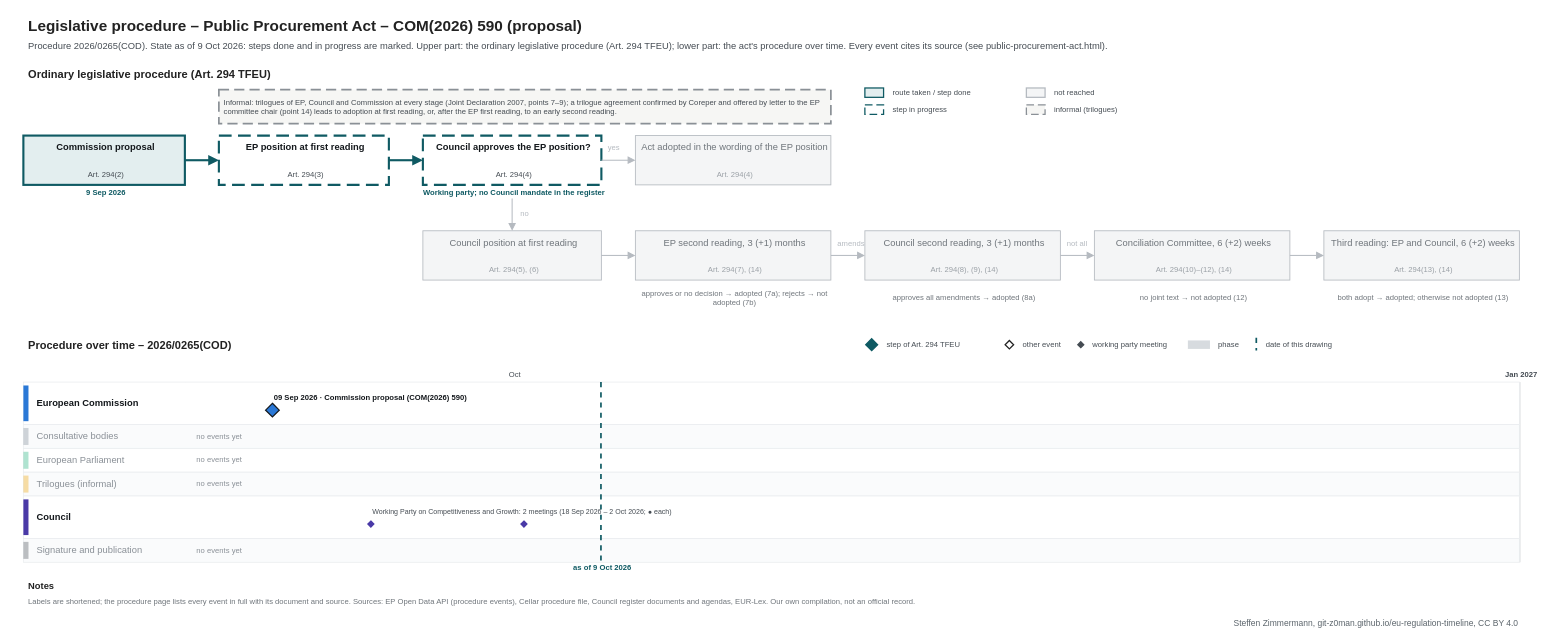
Before: procedures/public-procurement-act.drawio in git-z0man/eu-regulation-timeline, a draw.io diagram. Source tidied: cells renumbered, new cells numbered last; positions are measured from the earlier drawing's top-left corner, leaving out a move shared by most shapes. Both pictures are drawn from the tidied source at 85%, with x=0, y=0 at pixel (14, 14).
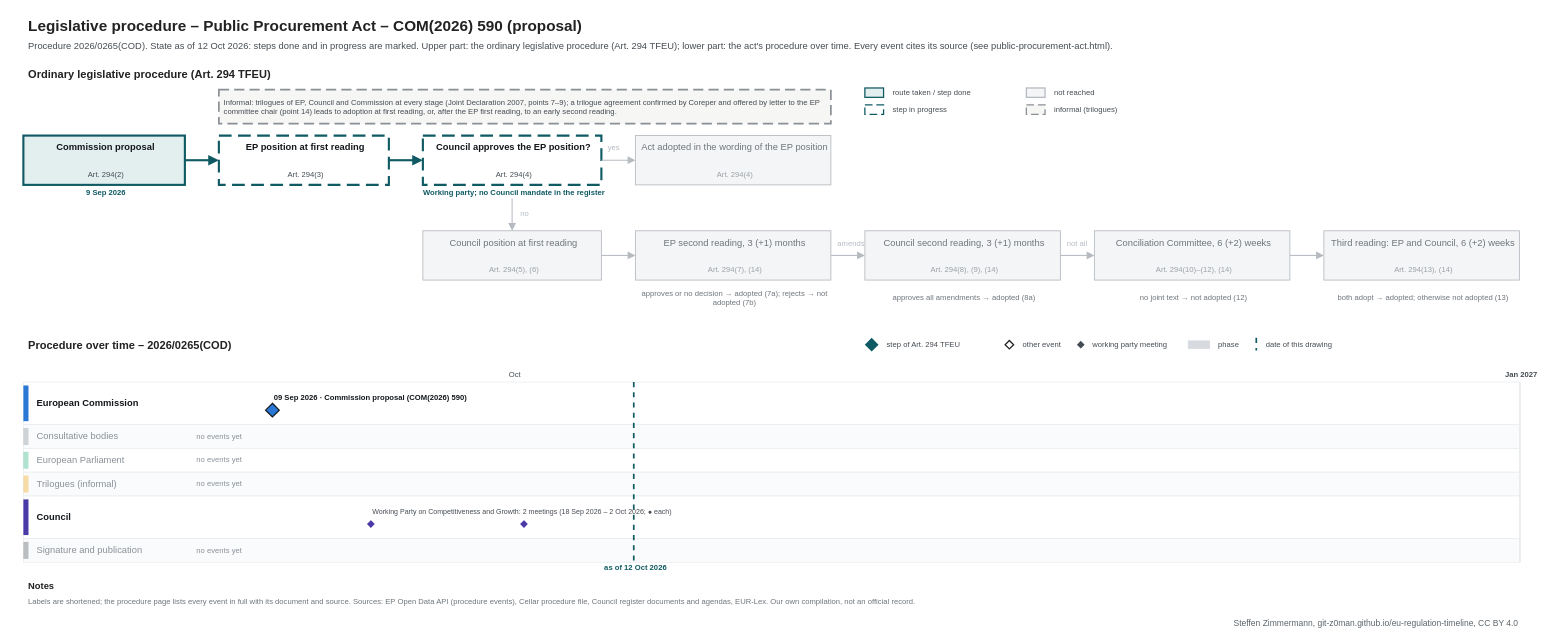
The same page after the edit.

The edit, as a diff of the source:
```diff
@@
-    <mxCell id="3" value="Procedure 2026/0265(COD). State as of 9 Oct 2026: steps done and in progress are marked. Upper part: the ordinary legislative procedure (Art. 294 TFEU); lower part: the act's procedure over time. Every event cites its source (see public-procurement-act.html)." style="text;html=1;fontSize=11;fontColor=#454c53;align=left;verticalAlign=middle;spacingLeft=4;" parent="1" vertex="1">
+    <mxCell id="3" value="Procedure 2026/0265(COD). State as of 12 Oct 2026: steps done and in progress are marked. Upper part: the ordinary legislative procedure (Art. 294 TFEU); lower part: the act's procedure over time. Every event cites its source (see public-procurement-act.html)." style="text;html=1;fontSize=11;fontColor=#454c53;align=left;verticalAlign=middle;spacingLeft=4;" parent="1" vertex="1">
       <mxGeometry x="10" y="28" width="1700" height="18" as="geometry" />
     </mxCell>
@@
     <mxCell id="100" style="line;html=1;strokeWidth=2;strokeColor=#0f5a63;direction=south;dashed=1;" parent="1" vertex="1">
-      <mxGeometry x="689" y="432" width="1" height="212" as="geometry" />
+      <mxGeometry x="727.6" y="432" width="1" height="212" as="geometry" />
     </mxCell>
-    <mxCell id="101" value="as of 9 Oct 2026" style="text;html=1;fontSize=9;fontColor=#0f5a63;align=center;verticalAlign=middle;spacingLeft=4;fontStyle=1;" parent="1" vertex="1">
-      <mxGeometry x="629" y="645" width="120" height="12" as="geometry" />
+    <mxCell id="101" value="as of 12 Oct 2026" style="text;html=1;fontSize=9;fontColor=#0f5a63;align=center;verticalAlign=middle;spacingLeft=4;fontStyle=1;" parent="1" vertex="1">
+      <mxGeometry x="667.6" y="645" width="120" height="12" as="geometry" />
     </mxCell>
```
